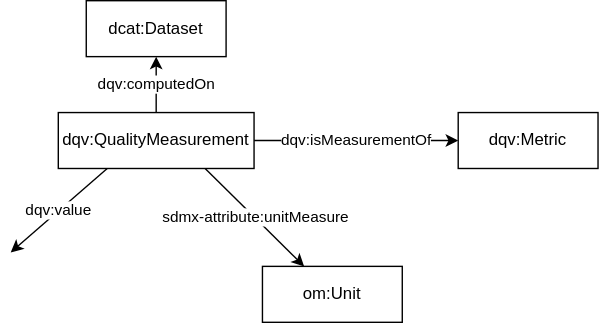
Before: qualityMeasurementGraph.svg, a diagram exported from draw.io (fusion-jena/abecto-vocabulary). Source tidied: cells renumbered, new cells last; positions are measured from the earlier drawing's top-left corner, leaving out a move shared by most shapes. Its diagram source:
```xml
<mxGraphModel>
  <root>
    <mxCell id="0" />
    <mxCell id="1" parent="0" />
    <mxCell id="2" value="dqv:isMeasurementOf" style="edgeStyle=none;rounded=0;jettySize=auto;html=1;" parent="1" edge="1" source="5" target="6">
      <mxGeometry relative="1" as="geometry" />
    </mxCell>
    <mxCell id="3" value="sdmx-attribute:unitMeasure" style="edgeStyle=none;rounded=0;jettySize=auto;html=1;exitX=0.75;exitY=1;exitDx=0;exitDy=0;" parent="1" edge="1" source="5" target="9">
      <mxGeometry relative="1" as="geometry" />
    </mxCell>
    <mxCell id="4" value="dqv:value" style="edgeStyle=none;rounded=0;jettySize=auto;html=1;exitX=0.25;exitY=1;exitDx=0;exitDy=0;" parent="1" edge="1" source="5">
      <mxGeometry relative="1" as="geometry">
        <mxPoint y="180" as="targetPoint" />
      </mxGeometry>
    </mxCell>
    <mxCell id="5" value="dqv:QualityMeasurement" style="whiteSpace=wrap;html=1;" parent="1" vertex="1">
      <mxGeometry x="34" y="80" width="140" height="40" as="geometry" />
    </mxCell>
    <mxCell id="6" value="dqv:Metric" style="whiteSpace=wrap;html=1;" parent="1" vertex="1">
      <mxGeometry x="320" y="80" width="100" height="40" as="geometry" />
    </mxCell>
    <mxCell id="7" value="dcat:Dataset" style="whiteSpace=wrap;html=1;" parent="1" vertex="1">
      <mxGeometry x="54" width="100" height="40" as="geometry" />
    </mxCell>
    <mxCell id="8" value="dqv:computedOn" style="edgeStyle=none;rounded=0;jettySize=auto;html=1;" parent="1" edge="1" source="5" target="7">
      <mxGeometry relative="1" as="geometry" />
    </mxCell>
    <mxCell id="9" value="om:Unit" style="whiteSpace=wrap;html=1;" parent="1" vertex="1">
      <mxGeometry x="180" y="190" width="100" height="40" as="geometry" />
    </mxCell>
  </root>
</mxGraphModel>
```
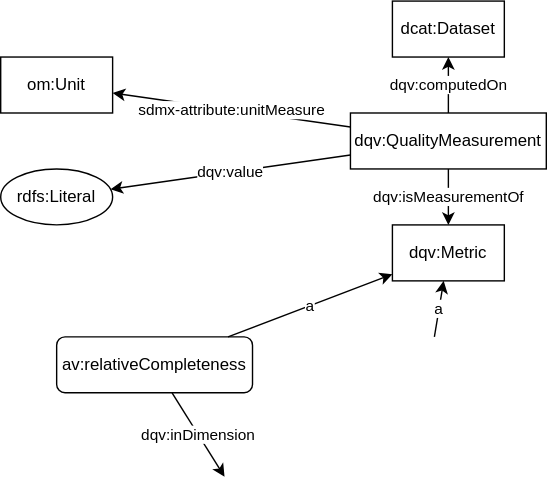
After the commit.

What changed in the source:
```diff
@@ -5,28 +5,45 @@
     <mxCell id="2" value="dqv:isMeasurementOf" style="edgeStyle=none;rounded=0;jettySize=auto;html=1;" parent="1" edge="1" source="5" target="6">
       <mxGeometry relative="1" as="geometry" />
     </mxCell>
-    <mxCell id="3" value="sdmx-attribute:unitMeasure" style="edgeStyle=none;rounded=0;jettySize=auto;html=1;exitX=0.75;exitY=1;exitDx=0;exitDy=0;" parent="1" edge="1" source="5" target="9">
+    <mxCell id="3" value="sdmx-attribute:unitMeasure" style="edgeStyle=none;rounded=0;jettySize=auto;html=1;" parent="1" edge="1" source="5" target="9">
       <mxGeometry relative="1" as="geometry" />
     </mxCell>
-    <mxCell id="4" value="dqv:value" style="edgeStyle=none;rounded=0;jettySize=auto;html=1;exitX=0.25;exitY=1;exitDx=0;exitDy=0;" parent="1" edge="1" source="5">
-      <mxGeometry relative="1" as="geometry">
-        <mxPoint y="180" as="targetPoint" />
-      </mxGeometry>
+    <mxCell id="4" value="dqv:value" style="edgeStyle=none;rounded=0;jettySize=auto;html=1;" parent="1" edge="1" source="5" target="10">
+      <mxGeometry relative="1" as="geometry" />
     </mxCell>
     <mxCell id="5" value="dqv:QualityMeasurement" style="whiteSpace=wrap;html=1;" parent="1" vertex="1">
-      <mxGeometry x="34" y="80" width="140" height="40" as="geometry" />
+      <mxGeometry x="130" y="80" width="140" height="40" as="geometry" />
     </mxCell>
     <mxCell id="6" value="dqv:Metric" style="whiteSpace=wrap;html=1;" parent="1" vertex="1">
-      <mxGeometry x="320" y="80" width="100" height="40" as="geometry" />
+      <mxGeometry x="160" y="160" width="80" height="40" as="geometry" />
     </mxCell>
     <mxCell id="7" value="dcat:Dataset" style="whiteSpace=wrap;html=1;" parent="1" vertex="1">
-      <mxGeometry x="54" width="100" height="40" as="geometry" />
+      <mxGeometry x="160" width="80" height="40" as="geometry" />
     </mxCell>
     <mxCell id="8" value="dqv:computedOn" style="edgeStyle=none;rounded=0;jettySize=auto;html=1;" parent="1" edge="1" source="5" target="7">
       <mxGeometry relative="1" as="geometry" />
     </mxCell>
     <mxCell id="9" value="om:Unit" style="whiteSpace=wrap;html=1;" parent="1" vertex="1">
-      <mxGeometry x="180" y="190" width="100" height="40" as="geometry" />
+      <mxGeometry x="-120" y="40" width="80" height="40" as="geometry" />
     </mxCell>
+    <mxCell id="10" value="rdfs:Literal" style="ellipse;whiteSpace=wrap;html=1;" parent="1" vertex="1">
+      <mxGeometry x="-120" y="120" width="80" height="40" as="geometry" />
+    </mxCell>
+    <mxCell id="11" value="av:relativeCompleteness" style="whiteSpace=wrap;html=1;rounded=1;" parent="1" vertex="1">
+      <mxGeometry x="-80" y="240" width="140" height="40" as="geometry" />
+    </mxCell>
+    <mxCell id="12" value="a" style="edgeStyle=none;rounded=0;jettySize=auto;html=1;" parent="1" edge="1" source="11" target="6">
+      <mxGeometry relative="1" as="geometry" />
+    </mxCell>
+    <mxCell id="13" value="dqv:inDimension" style="edgeStyle=none;rounded=0;jettySize=auto;html=1;" parent="1" edge="1" source="11">
+      <mxGeometry relative="1" as="geometry">
+        <mxPoint x="40" y="340" as="targetPoint" />
+      </mxGeometry>
+    </mxCell>
+    <mxCell id="14" value="a" style="edgeStyle=none;rounded=0;jettySize=auto;html=1;" parent="1" edge="1" target="6">
+      <mxGeometry relative="1" as="geometry">
+        <mxPoint x="190" y="240" as="sourcePoint" />
+      </mxGeometry>
+    </mxCell>
   </root>
 </mxGraphModel>
```
